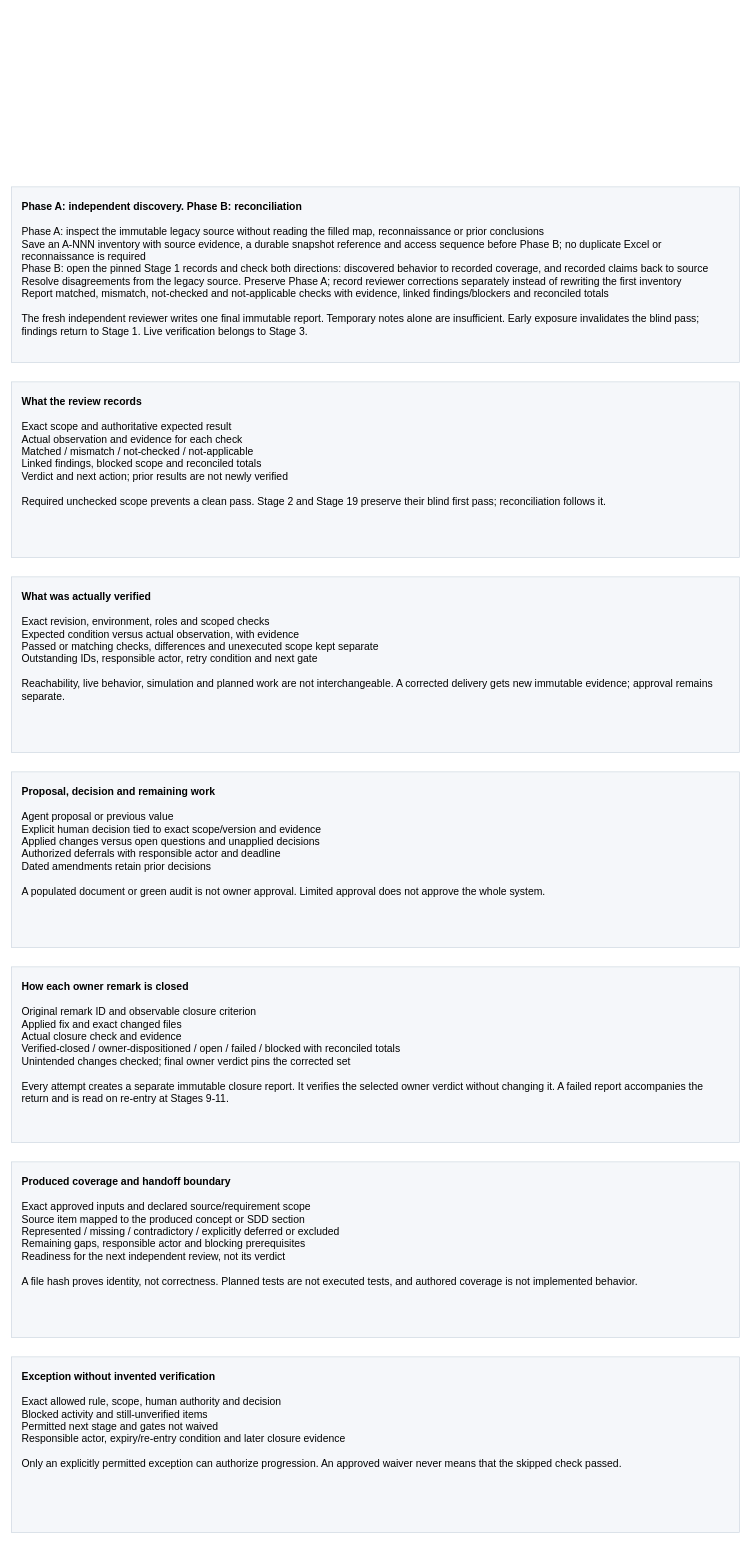
The draw.io diagram page "Record results and boundaries" (5 of 8) of analysis/migration_artifact_flow.drawio in ekzarov/xplanner2-revision1, before the edit. Source tidied: cells renumbered, new cells numbered last; positions are measured from the earlier drawing's top-left corner, leaving out a move shared by most shapes. Both pictures are drawn from the tidied source at 65%, with x=0, y=0 at pixel (11, 187).
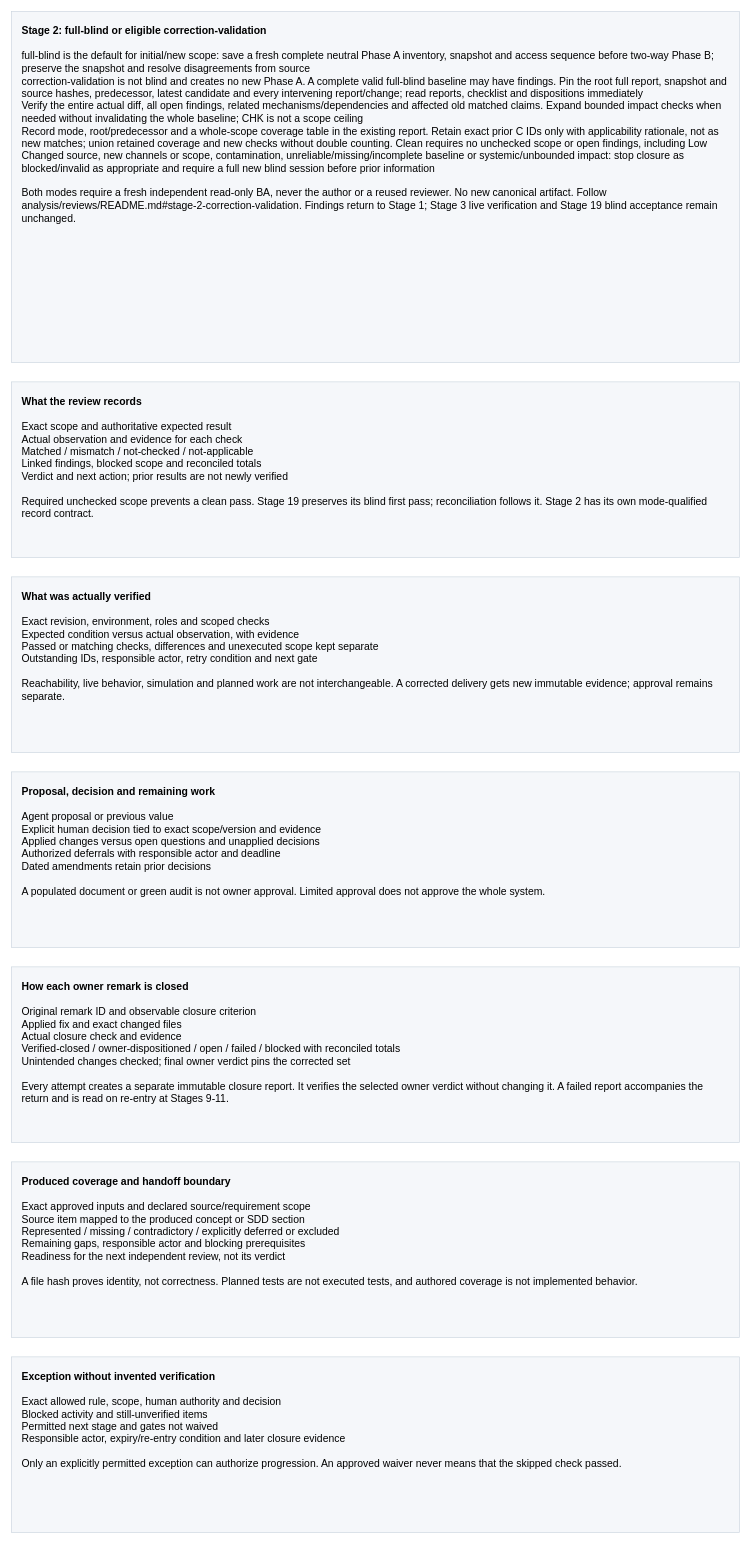
The same page after the edit.

Change to the diagram source:
```diff
@@
 <mxGraphModel>
   <root>
     <mxCell id="0" />
     <mxCell id="1" parent="0" />
-    <mxCell id="2" value="&lt;b&gt;Phase A: independent discovery. Phase B: reconciliation&lt;/b&gt;&lt;br&gt;&lt;br&gt;Phase A: inspect the immutable legacy source without reading the filled map, reconnaissance or prior conclusions&lt;br&gt;Save an A-NNN inventory with source evidence, a durable snapshot reference and access sequence before Phase B; no duplicate Excel or reconnaissance is required&lt;br&gt;Phase B: open the pinned Stage 1 records and check both directions: discovered behavior to recorded coverage, and recorded claims back to source&lt;br&gt;Resolve disagreements from the legacy source. Preserve Phase A; record reviewer corrections separately instead of rewriting the first inventory&lt;br&gt;Report matched, mismatch, not-checked and not-applicable checks with evidence, linked findings/blockers and reconciled totals&lt;br&gt;&lt;br&gt;The fresh independent reviewer writes one final immutable report. Temporary notes alone are insufficient. Early exposure invalidates the blind pass; findings return to Stage 1. Live verification belongs to Stage 3." style="rounded=0;whiteSpace=wrap;html=1;align=left;verticalAlign=top;spacing=16;fontSize=16;fillColor=#f5f7fa;strokeColor=#cbd5df;" parent="1" vertex="1">
-      <mxGeometry width="1120" height="270" as="geometry" />
+    <mxCell id="2" value="&lt;b&gt;Stage 2: full-blind or eligible correction-validation&lt;/b&gt;&lt;br&gt;&lt;br&gt;full-blind is the default for initial/new scope: save a fresh complete neutral Phase A inventory, snapshot and access sequence before two-way Phase B; preserve the snapshot and resolve disagreements from source&lt;br&gt;correction-validation is not blind and creates no new Phase A. A complete valid full-blind baseline may have findings. Pin the root full report, snapshot and source hashes, predecessor, latest candidate and every intervening report/change; read reports, checklist and dispositions immediately&lt;br&gt;Verify the entire actual diff, all open findings, related mechanisms/dependencies and affected old matched claims. Expand bounded impact checks when needed without invalidating the whole baseline; CHK is not a scope ceiling&lt;br&gt;Record mode, root/predecessor and a whole-scope coverage table in the existing report. Retain exact prior C IDs only with applicability rationale, not as new matches; union retained coverage and new checks without double counting. Clean requires no unchecked scope or open findings, including Low&lt;br&gt;Changed source, new channels or scope, contamination, unreliable/missing/incomplete baseline or systemic/unbounded impact: stop closure as blocked/invalid as appropriate and require a full new blind session before prior information&lt;br&gt;&lt;br&gt;Both modes require a fresh independent read-only BA, never the author or a reused reviewer. No new canonical artifact. Follow analysis/reviews/README.md#stage-2-correction-validation. Findings return to Stage 1; Stage 3 live verification and Stage 19 blind acceptance remain unchanged." style="rounded=0;whiteSpace=wrap;html=1;align=left;verticalAlign=top;spacing=16;fontSize=16;fillColor=#f5f7fa;strokeColor=#cbd5df;" parent="1" vertex="1">
+      <mxGeometry y="-270" width="1120" height="540" as="geometry" />
     </mxCell>
-    <mxCell id="3" value="&lt;b&gt;What the review records&lt;/b&gt;&lt;br&gt;&lt;br&gt;Exact scope and authoritative expected result&lt;br&gt;Actual observation and evidence for each check&lt;br&gt;Matched / mismatch / not-checked / not-applicable&lt;br&gt;Linked findings, blocked scope and reconciled totals&lt;br&gt;Verdict and next action; prior results are not newly verified&lt;br&gt;&lt;br&gt;Required unchecked scope prevents a clean pass. Stage 2 and Stage 19 preserve their blind first pass; reconciliation follows it." style="rounded=0;whiteSpace=wrap;html=1;align=left;verticalAlign=top;spacing=16;fontSize=16;fillColor=#f5f7fa;strokeColor=#cbd5df;" parent="1" vertex="1">
+    <mxCell id="3" value="&lt;b&gt;What the review records&lt;/b&gt;&lt;br&gt;&lt;br&gt;Exact scope and authoritative expected result&lt;br&gt;Actual observation and evidence for each check&lt;br&gt;Matched / mismatch / not-checked / not-applicable&lt;br&gt;Linked findings, blocked scope and reconciled totals&lt;br&gt;Verdict and next action; prior results are not newly verified&lt;br&gt;&lt;br&gt;Required unchecked scope prevents a clean pass. Stage 19 preserves its blind first pass; reconciliation follows it. Stage 2 has its own mode-qualified record contract." style="rounded=0;whiteSpace=wrap;html=1;align=left;verticalAlign=top;spacing=16;fontSize=16;fillColor=#f5f7fa;strokeColor=#cbd5df;" parent="1" vertex="1">
       <mxGeometry y="300" width="1120" height="270" as="geometry" />
     </mxCell>
     <mxCell id="4" value="&lt;b&gt;What was actually verified&lt;/b&gt;&lt;br&gt;&lt;br&gt;Exact revision, environment, roles and scoped checks&lt;br&gt;Expected condition versus actual observation, with evidence&lt;br&gt;Passed or matching checks, differences and unexecuted scope kept separate&lt;br&gt;Outstanding IDs, responsible actor, retry condition and next gate&lt;br&gt;&lt;br&gt;Reachability, live behavior, simulation and planned work are not interchangeable. A corrected delivery gets new immutable evidence; approval remains separate." style="rounded=0;whiteSpace=wrap;html=1;align=left;verticalAlign=top;spacing=16;fontSize=16;fillColor=#f5f7fa;strokeColor=#cbd5df;" parent="1" vertex="1">
       <mxGeometry y="600" width="1120" height="270" as="geometry" />
     </mxCell>
     <mxCell id="5" value="&lt;b&gt;Proposal, decision and remaining work&lt;/b&gt;&lt;br&gt;&lt;br&gt;Agent proposal or previous value&lt;br&gt;Explicit human decision tied to exact scope/version and evidence&lt;br&gt;Applied changes versus open questions and unapplied decisions&lt;br&gt;Authorized deferrals with responsible actor and deadline&lt;br&gt;Dated amendments retain prior decisions&lt;br&gt;&lt;br&gt;A populated document or green audit is not owner approval. Limited approval does not approve the whole system." style="rounded=0;whiteSpace=wrap;html=1;align=left;verticalAlign=top;spacing=16;fontSize=16;fillColor=#f5f7fa;strokeColor=#cbd5df;" parent="1" vertex="1">
       <mxGeometry y="900" width="1120" height="270" as="geometry" />
     </mxCell>
     <mxCell id="6" value="&lt;b&gt;How each owner remark is closed&lt;/b&gt;&lt;br&gt;&lt;br&gt;Original remark ID and observable closure criterion&lt;br&gt;Applied fix and exact changed files&lt;br&gt;Actual closure check and evidence&lt;br&gt;Verified-closed / owner-dispositioned / open / failed / blocked with reconciled totals&lt;br&gt;Unintended changes checked; final owner verdict pins the corrected set&lt;br&gt;&lt;br&gt;Every attempt creates a separate immutable closure report. It verifies the selected owner verdict without changing it. A failed report accompanies the return and is read on re-entry at Stages 9-11." style="rounded=0;whiteSpace=wrap;html=1;align=left;verticalAlign=top;spacing=16;fontSize=16;fillColor=#f5f7fa;strokeColor=#cbd5df;" parent="1" vertex="1">
       <mxGeometry y="1200" width="1120" height="270" as="geometry" />
     </mxCell>
     <mxCell id="7" value="&lt;b&gt;Produced coverage and handoff boundary&lt;/b&gt;&lt;br&gt;&lt;br&gt;Exact approved inputs and declared source/requirement scope&lt;br&gt;Source item mapped to the produced concept or SDD section&lt;br&gt;Represented / missing / contradictory / explicitly deferred or excluded&lt;br&gt;Remaining gaps, responsible actor and blocking prerequisites&lt;br&gt;Readiness for the next independent review, not its verdict&lt;br&gt;&lt;br&gt;A file hash proves identity, not correctness. Planned tests are not executed tests, and authored coverage is not implemented behavior." style="rounded=0;whiteSpace=wrap;html=1;align=left;verticalAlign=top;spacing=16;fontSize=16;fillColor=#f5f7fa;strokeColor=#cbd5df;" parent="1" vertex="1">
       <mxGeometry y="1500" width="1120" height="270" as="geometry" />
     </mxCell>
     <mxCell id="8" value="&lt;b&gt;Exception without invented verification&lt;/b&gt;&lt;br&gt;&lt;br&gt;Exact allowed rule, scope, human authority and decision&lt;br&gt;Blocked activity and still-unverified items&lt;br&gt;Permitted next stage and gates not waived&lt;br&gt;Responsible actor, expiry/re-entry condition and later closure evidence&lt;br&gt;&lt;br&gt;Only an explicitly permitted exception can authorize progression. An approved waiver never means that the skipped check passed." style="rounded=0;whiteSpace=wrap;html=1;align=left;verticalAlign=top;spacing=16;fontSize=16;fillColor=#f5f7fa;strokeColor=#cbd5df;" parent="1" vertex="1">
       <mxGeometry y="1800" width="1120" height="270" as="geometry" />
     </mxCell>
   </root>
 </mxGraphModel>
```
